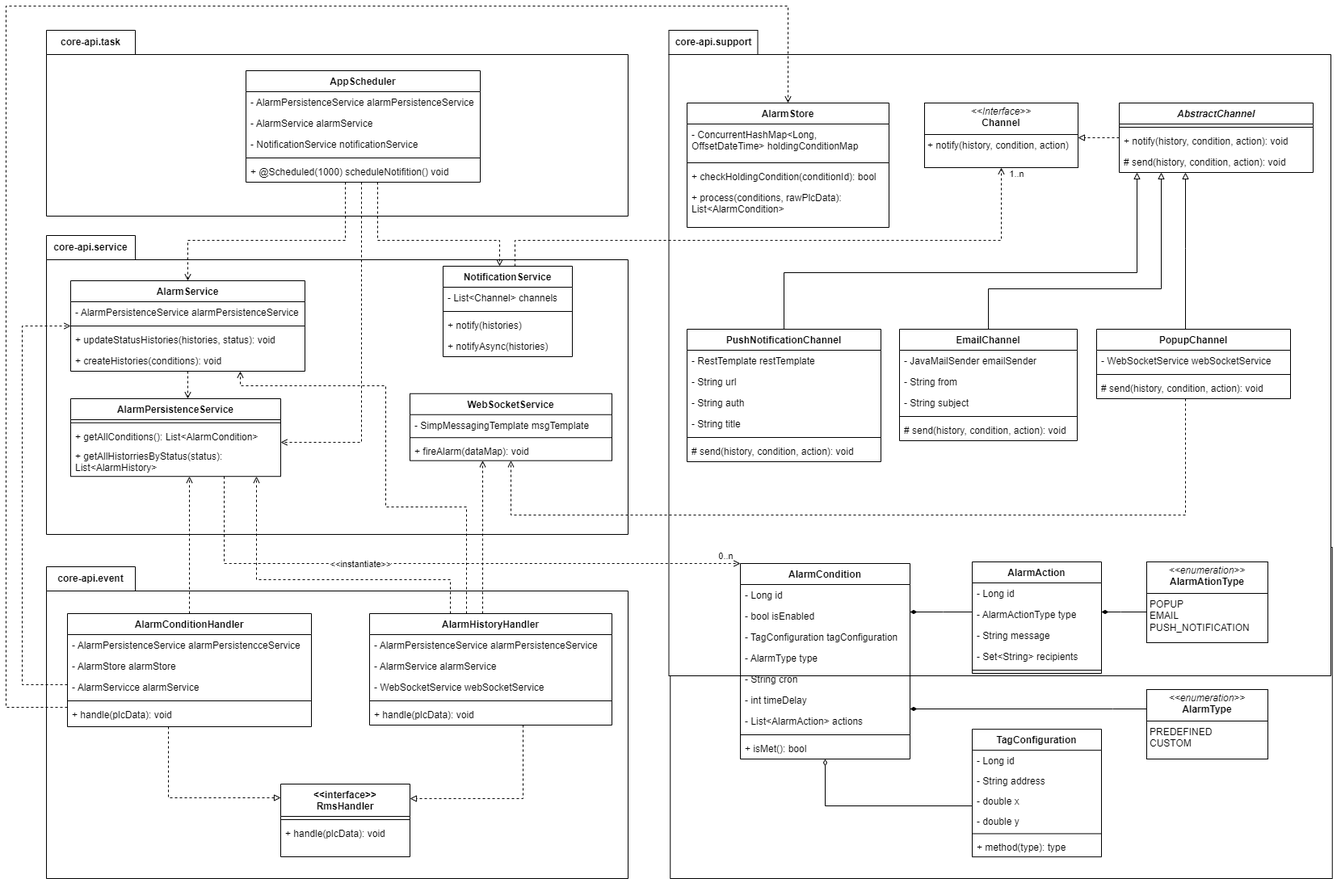
Before: Report7/SDD/Detailed-Design/Alarm/class-T4-14.drawio.png, a diagram exported from draw.io (f-pms/Document). Source tidied: cells renumbered, new cells last; positions are measured from the earlier drawing's top-left corner, leaving out a move shared by most shapes.
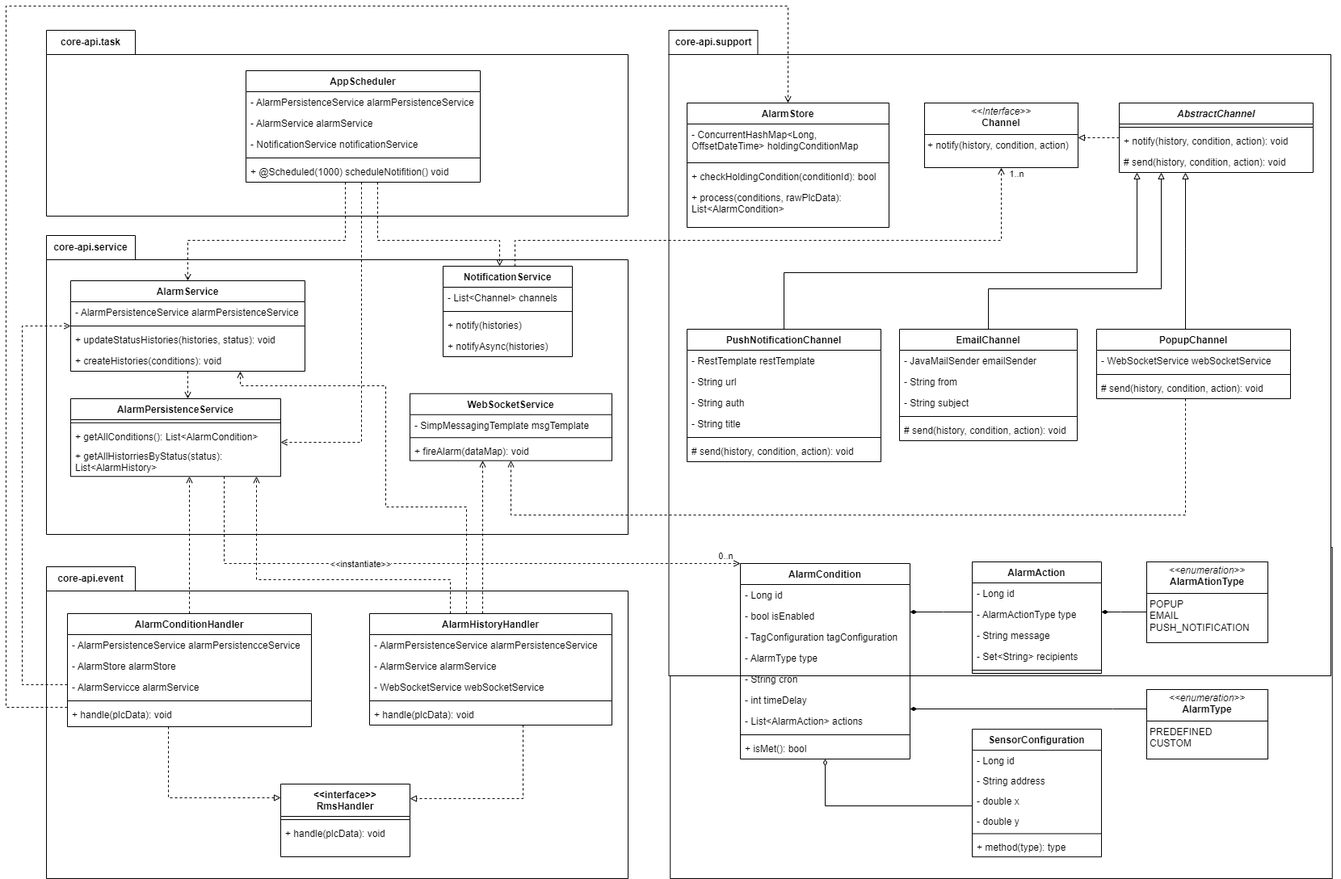
After the commit.

Commit message:
update class diagrams

Diff of the diagram source:
```diff
@@ -15,7 +15,7 @@
         <mxPoint x="10" y="40" as="offset" />
       </mxGeometry>
     </mxCell>
-    <mxCell id="5" value="TagConfiguration" style="swimlane;fontStyle=1;align=center;verticalAlign=top;horizontal=1;startSize=26;whiteSpace=wrap;html=1;" parent="2" vertex="1">
+    <mxCell id="5" value="SensorConfiguration" style="swimlane;fontStyle=1;align=center;verticalAlign=top;horizontal=1;startSize=26;whiteSpace=wrap;html=1;" parent="2" vertex="1">
       <mxGeometry x="373.8" y="255.1" width="160" height="158" as="geometry" />
     </mxCell>
     <mxCell id="6" value="- Long id&amp;nbsp;" style="text;strokeColor=none;fillColor=none;align=left;verticalAlign=top;spacingLeft=4;spacingRight=4;overflow=hidden;whiteSpace=wrap;html=1;" parent="5" vertex="1">
```
